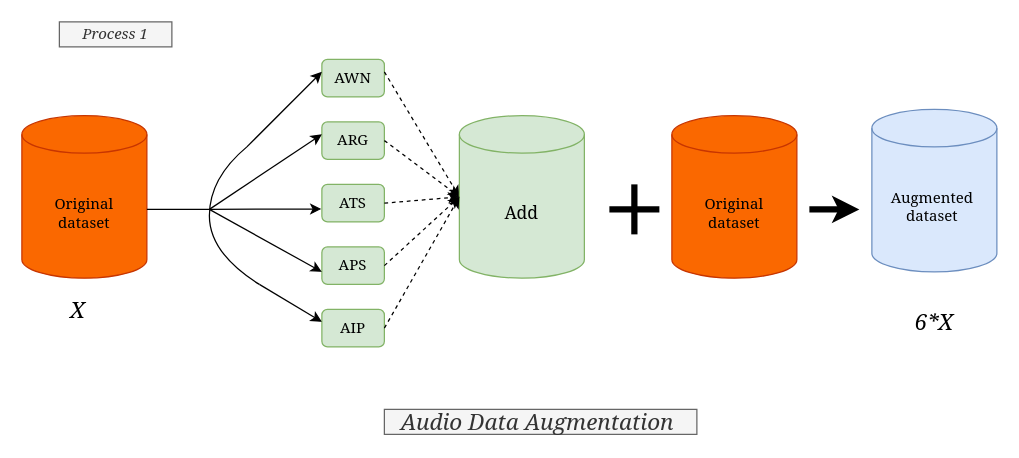
Before: page "Page-1" (1 of 3) of Diagramme sans nom.drawio in papasega/DeepLearning_Shared_PSW, a draw.io diagram. Source tidied: cells renumbered, new cells numbered last; positions are measured from the earlier drawing's top-left corner, leaving out a move shared by most shapes. Both pictures are drawn from the tidied source at 125%, with x=0, y=0 at pixel (21, 21).
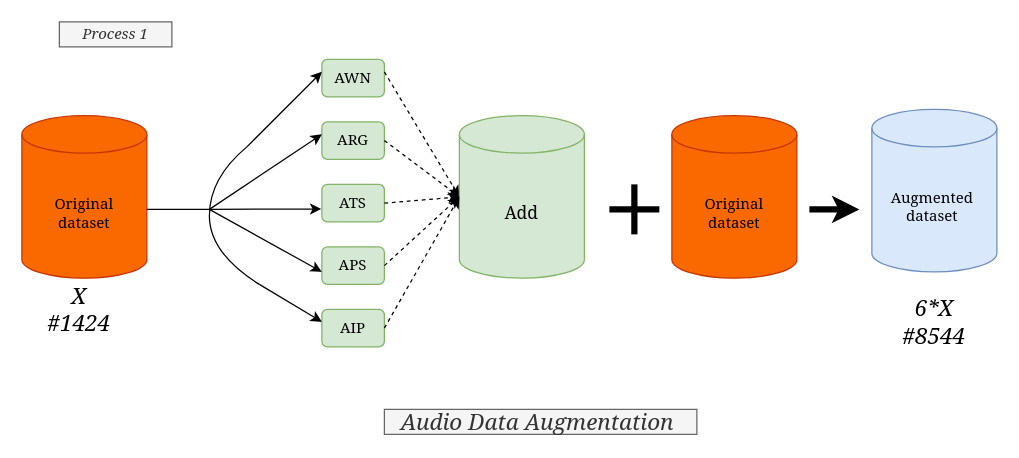
After the change.

What changed in the source:
```diff
@@
-    <mxCell id="27" value="&lt;i&gt;&lt;font style=&quot;font-size: 18px;&quot; face=&quot;Georgia&quot;&gt;X&lt;/font&gt;&lt;/i&gt;" style="rounded=0;whiteSpace=wrap;html=1;strokeColor=#FFFFFF;" parent="1" vertex="1">
-      <mxGeometry x="20" y="220" width="50" height="20" as="geometry" />
+    <mxCell id="27" value="&lt;i&gt;&lt;font style=&quot;font-size: 18px;&quot; face=&quot;Georgia&quot;&gt;X&lt;br&gt;#1424&lt;br&gt;&lt;/font&gt;&lt;/i&gt;" style="rounded=0;whiteSpace=wrap;html=1;strokeColor=#FFFFFF;" parent="1" vertex="1">
+      <mxGeometry x="21" y="220" width="50" height="20" as="geometry" />
     </mxCell>
-    <mxCell id="28" value="&lt;i&gt;&lt;font style=&quot;font-size: 18px;&quot; face=&quot;Georgia&quot;&gt;6*X&lt;/font&gt;&lt;/i&gt;" style="rounded=0;whiteSpace=wrap;html=1;strokeColor=#FFFFFF;" parent="1" vertex="1">
+    <mxCell id="28" value="&lt;i&gt;&lt;font style=&quot;font-size: 18px;&quot; face=&quot;Georgia&quot;&gt;6*X&lt;br&gt;#8544&lt;br&gt;&lt;/font&gt;&lt;/i&gt;" style="rounded=0;whiteSpace=wrap;html=1;strokeColor=#FFFFFF;" parent="1" vertex="1">
       <mxGeometry x="705" y="230" width="50" height="20" as="geometry" />
     </mxCell>
```
